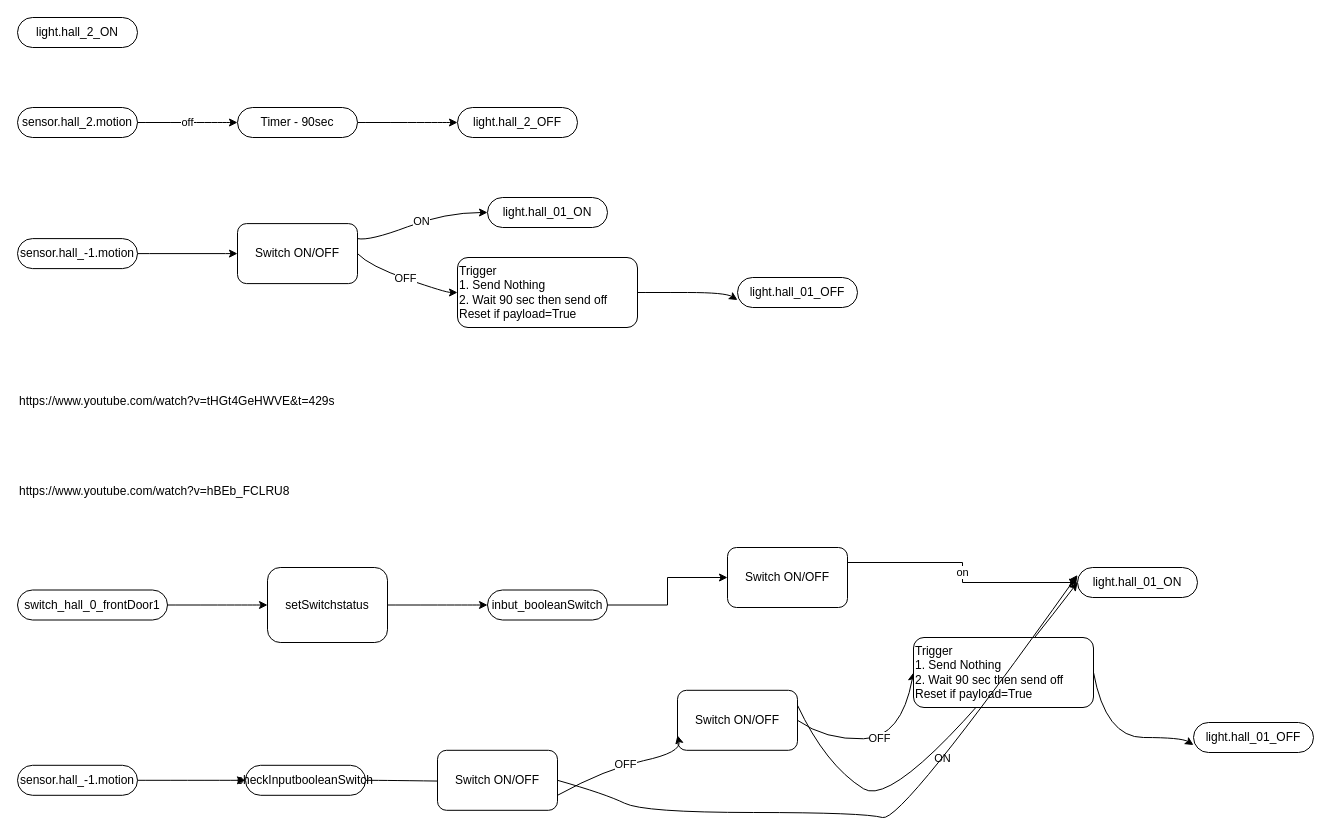
Above: page "light.hall_motion_current" (2 of 5) of logical_flows/NodeRED_flow.drawio in houdaerttim/dns-hass (draw.io), before the change. Source tidied: cells renumbered, new cells numbered last; positions are measured from the earlier drawing's top-left corner, leaving out a move shared by most shapes. Both pictures are drawn from the tidied source at 100%, with x=0, y=0 at pixel (17, 17).
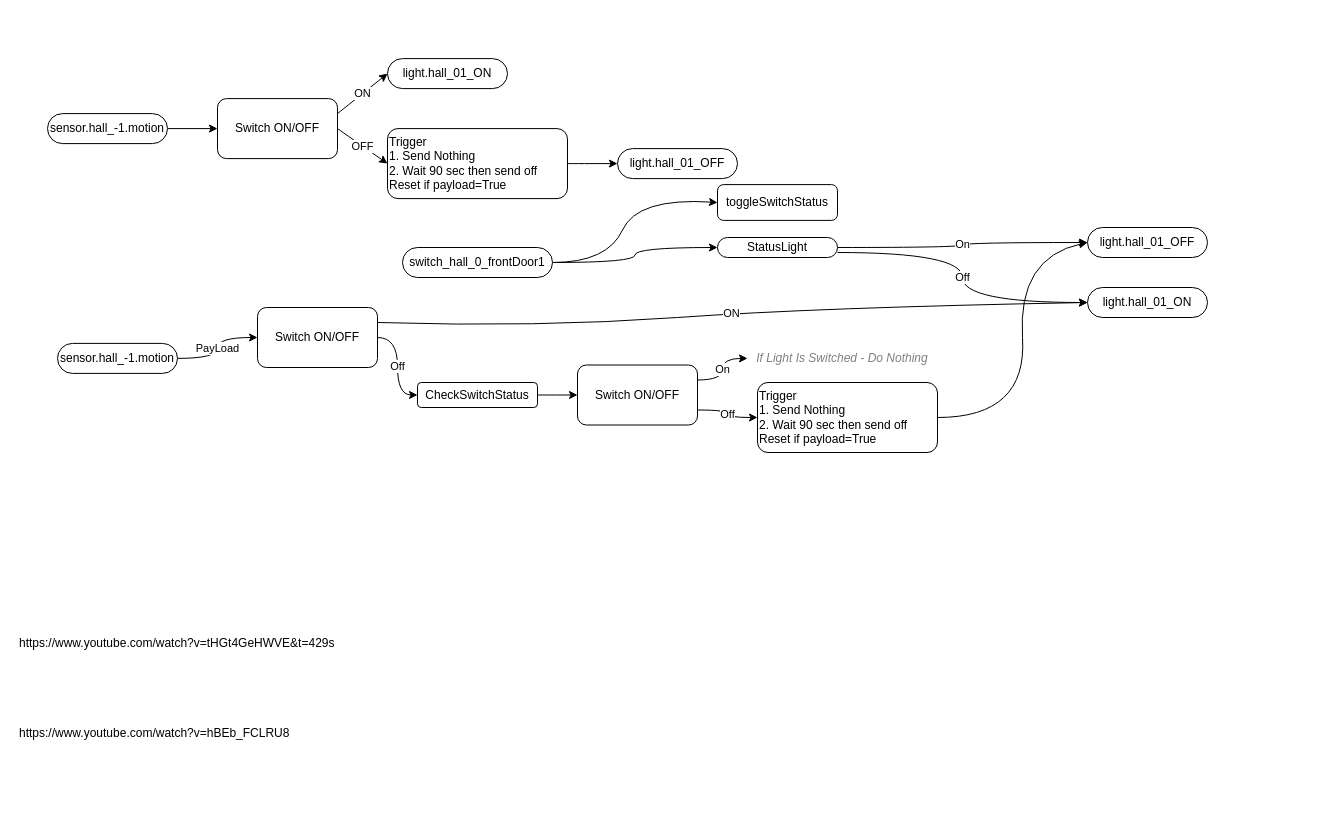
The same page after the edit.

What changed in the source:
```diff
@@
     <mxCell id="2" style="edgeStyle=orthogonalEdgeStyle;rounded=0;jettySize=auto;html=1;exitX=1;exitY=0.5;exitDx=0;exitDy=0;entryX=0;entryY=0.5;entryDx=0;entryDy=0;noEdgeStyle=1;orthogonal=1;" parent="1" edge="1" source="3" target="14">
-      <mxGeometry relative="1" as="geometry">
-        <Array as="points">
-          <mxPoint x="132" y="236.1" />
-          <mxPoint x="208" y="236.1" />
-        </Array>
-      </mxGeometry>
+      <mxGeometry relative="1" as="geometry" />
     </mxCell>
     <mxCell id="3" value="sensor.hall_-1.motion" style="rounded=1;whiteSpace=wrap;html=1;arcSize=50;" parent="1" vertex="1">
-      <mxGeometry y="221.1" width="120" height="30" as="geometry" />
+      <mxGeometry x="30" y="96.1" width="120" height="30" as="geometry" />
     </mxCell>
-    <mxCell id="4" value="sensor.hall_2.motion" style="rounded=1;whiteSpace=wrap;html=1;arcSize=50;" parent="1" vertex="1">
-      <mxGeometry y="90" width="120" height="30" as="geometry" />
-    </mxCell>
     <mxCell id="5" value="light.hall_01_ON" style="rounded=1;whiteSpace=wrap;html=1;arcSize=50;" parent="1" vertex="1">
-      <mxGeometry x="470" y="180" width="120" height="30" as="geometry" />
+      <mxGeometry x="370" y="41.1" width="120" height="30" as="geometry" />
     </mxCell>
     <mxCell id="6" value="light.hall_01_OFF" style="rounded=1;whiteSpace=wrap;html=1;arcSize=50;" parent="1" vertex="1">
-      <mxGeometry x="720" y="260" width="120" height="30" as="geometry" />
+      <mxGeometry x="600" y="131.1" width="120" height="30" as="geometry" />
     </mxCell>
-    <mxCell id="7" value="light.hall_2_ON" style="rounded=1;whiteSpace=wrap;html=1;arcSize=50;" parent="1" vertex="1">
-      <mxGeometry width="120" height="30" as="geometry" />
-    </mxCell>
-    <mxCell id="8" value="light.hall_2_OFF" style="rounded=1;whiteSpace=wrap;html=1;arcSize=50;" parent="1" vertex="1">
-      <mxGeometry x="440" y="90" width="120" height="30" as="geometry" />
-    </mxCell>
-    <mxCell id="9" value="off" style="edgeStyle=orthogonalEdgeStyle;curved=1;rounded=0;jettySize=auto;html=1;exitX=1;exitY=0.5;exitDx=0;exitDy=0;entryX=0;entryY=0.5;entryDx=0;entryDy=0;noEdgeStyle=1;orthogonal=1;" parent="1" edge="1" source="4" target="11">
-      <mxGeometry relative="1" as="geometry">
-        <Array as="points">
-          <mxPoint x="132" y="105" />
-          <mxPoint x="208" y="105" />
-        </Array>
-      </mxGeometry>
-    </mxCell>
-    <mxCell id="10" style="edgeStyle=orthogonalEdgeStyle;curved=1;rounded=0;jettySize=auto;html=1;exitX=1;exitY=0.5;exitDx=0;exitDy=0;entryX=0;entryY=0.5;entryDx=0;entryDy=0;noEdgeStyle=1;orthogonal=1;" parent="1" edge="1" source="11" target="8">
-      <mxGeometry relative="1" as="geometry">
-        <Array as="points">
-          <mxPoint x="352" y="105" />
-          <mxPoint x="428" y="105" />
-        </Array>
-      </mxGeometry>
-    </mxCell>
-    <mxCell id="11" value="Timer - 90sec" style="rounded=1;whiteSpace=wrap;html=1;arcSize=50;" parent="1" vertex="1">
-      <mxGeometry x="220" y="90" width="120" height="30" as="geometry" />
-    </mxCell>
     <mxCell id="12" value="ON" style="edgeStyle=orthogonalEdgeStyle;rounded=0;jettySize=auto;html=1;exitX=1;exitY=0.25;exitDx=0;exitDy=0;entryX=0;entryY=0.5;entryDx=0;entryDy=0;curved=1;noEdgeStyle=1;orthogonal=1;" parent="1" edge="1" source="14" target="5">
-      <mxGeometry relative="1" as="geometry">
-        <Array as="points">
-          <mxPoint x="352" y="223.6" />
-          <mxPoint x="428" y="195" />
-        </Array>
-      </mxGeometry>
+      <mxGeometry relative="1" as="geometry" />
     </mxCell>
     <mxCell id="13" value="OFF" style="edgeStyle=orthogonalEdgeStyle;rounded=0;jettySize=auto;html=1;exitX=1;exitY=0.5;exitDx=0;exitDy=0;entryX=0;entryY=0.5;entryDx=0;entryDy=0;curved=1;noEdgeStyle=1;orthogonal=1;" parent="1" edge="1" source="14" target="16">
-      <mxGeometry relative="1" as="geometry">
-        <Array as="points">
-          <mxPoint x="352" y="248.6" />
-          <mxPoint x="428" y="275" />
-        </Array>
-      </mxGeometry>
+      <mxGeometry relative="1" as="geometry" />
     </mxCell>
     <mxCell id="14" value="Switch ON/OFF" style="rounded=1;whiteSpace=wrap;html=1;" parent="1" vertex="1">
-      <mxGeometry x="220" y="206.1" width="120" height="60" as="geometry" />
+      <mxGeometry x="200" y="81.1" width="120" height="60" as="geometry" />
     </mxCell>
-    <mxCell id="15" style="edgeStyle=orthogonalEdgeStyle;rounded=0;jettySize=auto;html=1;exitX=1;exitY=0.5;exitDx=0;exitDy=0;entryX=0;entryY=0.75;entryDx=0;entryDy=0;curved=1;noEdgeStyle=1;orthogonal=1;" parent="1" edge="1" source="16" target="6">
-      <mxGeometry relative="1" as="geometry">
-        <Array as="points">
-          <mxPoint x="632" y="275" />
-          <mxPoint x="708" y="275" />
-        </Array>
-      </mxGeometry>
+    <mxCell id="15" style="edgeStyle=orthogonalEdgeStyle;rounded=0;jettySize=auto;html=1;exitX=1;exitY=0.5;exitDx=0;exitDy=0;entryX=0;entryY=0.5;entryDx=0;entryDy=0;curved=1;noEdgeStyle=1;orthogonal=1;" parent="1" edge="1" source="16" target="6">
+      <mxGeometry relative="1" as="geometry" />
     </mxCell>
     <mxCell id="16" value="Trigger&lt;br&gt;1. Send Nothing&lt;br&gt;2. Wait 90 sec then send off&lt;br&gt;Reset if payload=True" style="rounded=1;whiteSpace=wrap;html=1;align=left;" parent="1" vertex="1">
-      <mxGeometry x="440" y="240" width="180" height="70" as="geometry" />
+      <mxGeometry x="370" y="111.1" width="180" height="70" as="geometry" />
     </mxCell>
     <mxCell id="17" value="https://www.youtube.com/watch?v=tHGt4GeHWVE&amp;t=429s" style="text;whiteSpace=wrap;html=1;" parent="1" vertex="1">
-      <mxGeometry y="370" width="340" height="30" as="geometry" />
+      <mxGeometry y="612.2" width="340" height="30" as="geometry" />
     </mxCell>
     <mxCell id="18" value="https://www.youtube.com/watch?v=hBEb_FCLRU8" style="text;whiteSpace=wrap;html=1;" parent="1" vertex="1">
-      <mxGeometry y="460" width="300" height="30" as="geometry" />
+      <mxGeometry y="702.2" width="300" height="30" as="geometry" />
     </mxCell>
-    <mxCell id="19" style="edgeStyle=orthogonalEdgeStyle;curved=1;rounded=0;jettySize=auto;html=1;exitX=1;exitY=0.5;exitDx=0;exitDy=0;entryX=0;entryY=0.5;entryDx=0;entryDy=0;noEdgeStyle=1;orthogonal=1;" parent="1" edge="1" source="20" target="35">
-      <mxGeometry relative="1" as="geometry">
-        <Array as="points">
-          <mxPoint x="132" y="762.8" />
-          <mxPoint x="208" y="762.8" />
-        </Array>
-      </mxGeometry>
-    </mxCell>
+    <mxCell id="41" value="PayLoad" style="edgeStyle=orthogonalEdgeStyle;curved=1;rounded=0;jettySize=auto;html=1;exitX=1;exitY=0.5;exitDx=0;exitDy=0;entryX=0;entryY=0.5;entryDx=0;entryDy=0;" parent="1" edge="1" source="20" target="25">
+      <mxGeometry relative="1" as="geometry" />
+    </mxCell>
     <mxCell id="20" value="sensor.hall_-1.motion" style="rounded=1;whiteSpace=wrap;html=1;arcSize=50;" parent="1" vertex="1">
-      <mxGeometry y="747.8" width="120" height="30" as="geometry" />
+      <mxGeometry x="40" y="325.9" width="120" height="30" as="geometry" />
     </mxCell>
     <mxCell id="21" value="light.hall_01_ON" style="rounded=1;whiteSpace=wrap;html=1;arcSize=50;" parent="1" vertex="1">
-      <mxGeometry x="1060" y="550" width="120" height="30" as="geometry" />
+      <mxGeometry x="1070" y="270" width="120" height="30" as="geometry" />
     </mxCell>
     <mxCell id="22" value="light.hall_01_OFF" style="rounded=1;whiteSpace=wrap;html=1;arcSize=50;" parent="1" vertex="1">
-      <mxGeometry x="1176" y="705" width="120" height="30" as="geometry" />
+      <mxGeometry x="1070" y="210" width="120" height="30" as="geometry" />
     </mxCell>
     <mxCell id="23" value="ON" style="edgeStyle=orthogonalEdgeStyle;rounded=0;jettySize=auto;html=1;exitX=1;exitY=0.25;exitDx=0;exitDy=0;entryX=0;entryY=0.5;entryDx=0;entryDy=0;curved=1;noEdgeStyle=1;orthogonal=1;" parent="1" edge="1" source="25" target="21">
       <mxGeometry relative="1" as="geometry">
         <Array as="points">
-          <mxPoint x="808" y="747.5" />
-          <mxPoint x="884" y="795" />
+          <mxPoint x="520" y="310" />
+          <mxPoint x="800" y="290" />
         </Array>
       </mxGeometry>
     </mxCell>
-    <mxCell id="24" value="OFF" style="edgeStyle=orthogonalEdgeStyle;rounded=0;jettySize=auto;html=1;exitX=1;exitY=0.5;exitDx=0;exitDy=0;entryX=0;entryY=0.5;entryDx=0;entryDy=0;curved=1;noEdgeStyle=1;orthogonal=1;" parent="1" edge="1" source="25" target="27">
-      <mxGeometry relative="1" as="geometry">
-        <Array as="points">
-          <mxPoint x="808" y="722.5" />
-          <mxPoint x="884" y="720" />
-        </Array>
-      </mxGeometry>
-    </mxCell>
+    <mxCell id="42" value="Off" style="edgeStyle=orthogonalEdgeStyle;curved=1;rounded=0;jettySize=auto;html=1;exitX=1;exitY=0.5;exitDx=0;exitDy=0;entryX=0;entryY=0.5;entryDx=0;entryDy=0;" parent="1" edge="1" source="25" target="48">
+      <mxGeometry relative="1" as="geometry" />
+    </mxCell>
     <mxCell id="25" value="Switch ON/OFF" style="rounded=1;whiteSpace=wrap;html=1;" parent="1" vertex="1">
-      <mxGeometry x="660" y="672.8" width="120" height="60" as="geometry" />
+      <mxGeometry x="240" y="290" width="120" height="60" as="geometry" />
     </mxCell>
-    <mxCell id="26" style="edgeStyle=orthogonalEdgeStyle;rounded=0;jettySize=auto;html=1;exitX=1;exitY=0.5;exitDx=0;exitDy=0;entryX=0;entryY=0.75;entryDx=0;entryDy=0;curved=1;noEdgeStyle=1;orthogonal=1;" parent="1" edge="1" source="27" target="22">
+    <mxCell id="26" style="edgeStyle=orthogonalEdgeStyle;rounded=0;jettySize=auto;html=1;exitX=1;exitY=0.5;exitDx=0;exitDy=0;curved=1;noEdgeStyle=1;orthogonal=1;entryX=0;entryY=0.5;entryDx=0;entryDy=0;" parent="1" edge="1" source="27" target="22">
       <mxGeometry relative="1" as="geometry">
         <Array as="points">
-          <mxPoint x="1088" y="720" />
-          <mxPoint x="1164" y="720" />
+          <mxPoint x="1010" y="400" />
+          <mxPoint x="1000" y="240" />
         </Array>
       </mxGeometry>
     </mxCell>
     <mxCell id="27" value="Trigger&lt;br&gt;1. Send Nothing&lt;br&gt;2. Wait 90 sec then send off&lt;br&gt;Reset if payload=True" style="rounded=1;whiteSpace=wrap;html=1;align=left;" parent="1" vertex="1">
-      <mxGeometry x="896" y="620" width="180" height="70" as="geometry" />
+      <mxGeometry x="740" y="365" width="180" height="70" as="geometry" />
     </mxCell>
-    <mxCell id="28" style="edgeStyle=orthogonalEdgeStyle;rounded=0;jettySize=auto;html=1;entryX=0;entryY=0.5;entryDx=0;entryDy=0;" parent="1" edge="1" source="29" target="40">
-      <mxGeometry relative="1" as="geometry" />
-    </mxCell>
-    <mxCell id="29" value="inbut_booleanSwitch" style="rounded=1;whiteSpace=wrap;html=1;arcSize=50;" parent="1" vertex="1">
-      <mxGeometry x="470" y="572.5" width="120" height="30" as="geometry" />
-    </mxCell>
-    <mxCell id="30" style="edgeStyle=orthogonalEdgeStyle;curved=1;rounded=0;jettySize=auto;html=1;noEdgeStyle=1;orthogonal=1;" parent="1" edge="1" source="31" target="33">
+    <mxCell id="30" style="edgeStyle=orthogonalEdgeStyle;curved=1;rounded=0;jettySize=auto;html=1;noEdgeStyle=1;orthogonal=1;entryX=0;entryY=0.5;entryDx=0;entryDy=0;" parent="1" edge="1" source="31" target="33">
       <mxGeometry relative="1" as="geometry">
         <Array as="points">
-          <mxPoint x="162" y="587.5" />
-          <mxPoint x="238" y="587.5" />
+          <mxPoint x="590" y="245" />
+          <mxPoint x="620" y="180" />
         </Array>
       </mxGeometry>
     </mxCell>
+    <mxCell id="43" style="edgeStyle=orthogonalEdgeStyle;rounded=0;jettySize=auto;html=1;exitX=1;exitY=0.5;exitDx=0;exitDy=0;curved=1;" parent="1" edge="1" source="31" target="46">
+      <mxGeometry relative="1" as="geometry" />
+    </mxCell>
     <mxCell id="31" value="switch_hall_0_frontDoor1" style="rounded=1;whiteSpace=wrap;html=1;arcSize=50;" parent="1" vertex="1">
-      <mxGeometry y="572.5" width="150" height="30" as="geometry" />
+      <mxGeometry x="385" y="230" width="150" height="30" as="geometry" />
     </mxCell>
-    <mxCell id="32" style="edgeStyle=orthogonalEdgeStyle;curved=1;rounded=0;jettySize=auto;html=1;noEdgeStyle=1;orthogonal=1;" parent="1" edge="1" source="33" target="29">
-      <mxGeometry relative="1" as="geometry">
-        <Array as="points">
-          <mxPoint x="382" y="587.5" />
-          <mxPoint x="458" y="587.5" />
-        </Array>
-      </mxGeometry>
-    </mxCell>
-    <mxCell id="33" value="setSwitchstatus" style="whiteSpace=wrap;html=1;rounded=1;arcSize=17;" parent="1" vertex="1">
-      <mxGeometry x="250" y="550" width="120" height="75" as="geometry" />
+    <mxCell id="33" value="toggleSwitchStatus" style="whiteSpace=wrap;html=1;rounded=1;arcSize=17;" parent="1" vertex="1">
+      <mxGeometry x="700" y="167.1" width="120" height="35.8" as="geometry" />
     </mxCell>
-    <mxCell id="34" style="edgeStyle=orthogonalEdgeStyle;curved=1;rounded=0;jettySize=auto;html=1;noEdgeStyle=1;orthogonal=1;" parent="1" edge="1" source="35" target="38">
-      <mxGeometry relative="1" as="geometry">
-        <Array as="points">
-          <mxPoint x="368" y="762.8" />
-          <mxPoint x="444" y="763.9" />
-        </Array>
-      </mxGeometry>
-    </mxCell>
-    <mxCell id="35" value="checkInputbooleanSwitch" style="rounded=1;whiteSpace=wrap;html=1;arcSize=50;" parent="1" vertex="1">
-      <mxGeometry x="228" y="747.8" width="120" height="30" as="geometry" />
-    </mxCell>
-    <mxCell id="36" value="OFF" style="edgeStyle=orthogonalEdgeStyle;curved=1;rounded=0;jettySize=auto;html=1;exitX=1;exitY=0.75;exitDx=0;exitDy=0;entryX=0;entryY=0.75;entryDx=0;entryDy=0;noEdgeStyle=1;orthogonal=1;" parent="1" edge="1" source="38" target="25">
-      <mxGeometry relative="1" as="geometry">
-        <Array as="points">
-          <mxPoint x="588" y="751.4" />
-          <mxPoint x="664" y="735" />
-        </Array>
-      </mxGeometry>
-    </mxCell>
-    <mxCell id="37" style="edgeStyle=orthogonalEdgeStyle;curved=1;rounded=0;jettySize=auto;html=1;exitX=1;exitY=0.5;exitDx=0;exitDy=0;entryX=0;entryY=0.25;entryDx=0;entryDy=0;noEdgeStyle=1;orthogonal=1;" parent="1" edge="1" source="38" target="21">
-      <mxGeometry relative="1" as="geometry">
-        <Array as="points">
-          <mxPoint x="588" y="776.4" />
-          <mxPoint x="626" y="795" />
-          <mxPoint x="846" y="795" />
-          <mxPoint x="884" y="805" />
-        </Array>
-      </mxGeometry>
-    </mxCell>
-    <mxCell id="38" value="Switch ON/OFF" style="whiteSpace=wrap;html=1;rounded=1;arcSize=15;" parent="1" vertex="1">
-      <mxGeometry x="420" y="732.8" width="120" height="60" as="geometry" />
-    </mxCell>
-    <mxCell id="39" value="on" style="edgeStyle=orthogonalEdgeStyle;rounded=0;jettySize=auto;html=1;exitX=1;exitY=0.25;exitDx=0;exitDy=0;entryX=0;entryY=0.5;entryDx=0;entryDy=0;" parent="1" edge="1" source="40" target="21">
-      <mxGeometry relative="1" as="geometry" />
-    </mxCell>
-    <mxCell id="40" value="Switch ON/OFF" style="whiteSpace=wrap;html=1;rounded=1;arcSize=15;" parent="1" vertex="1">
-      <mxGeometry x="710" y="530" width="120" height="60" as="geometry" />
-    </mxCell>
+    <mxCell id="44" value="Off" style="edgeStyle=orthogonalEdgeStyle;rounded=0;jettySize=auto;html=1;exitX=1;exitY=0.75;exitDx=0;exitDy=0;entryX=0;entryY=0.5;entryDx=0;entryDy=0;curved=1;" parent="1" edge="1" source="46" target="21">
+      <mxGeometry relative="1" as="geometry" />
+    </mxCell>
+    <mxCell id="45" value="On" style="edgeStyle=orthogonalEdgeStyle;rounded=0;jettySize=auto;html=1;exitX=1;exitY=0.5;exitDx=0;exitDy=0;entryX=0;entryY=0.5;entryDx=0;entryDy=0;curved=1;" parent="1" edge="1" source="46" target="22">
+      <mxGeometry relative="1" as="geometry" />
+    </mxCell>
+    <mxCell id="46" value="StatusLight" style="rounded=1;whiteSpace=wrap;html=1;arcSize=50;" parent="1" vertex="1">
+      <mxGeometry x="700" y="220" width="120" height="20" as="geometry" />
+    </mxCell>
+    <mxCell id="47" style="edgeStyle=orthogonalEdgeStyle;curved=1;rounded=0;jettySize=auto;html=1;exitX=1;exitY=0.5;exitDx=0;exitDy=0;entryX=0;entryY=0.5;entryDx=0;entryDy=0;" parent="1" edge="1" source="48" target="51">
+      <mxGeometry relative="1" as="geometry" />
+    </mxCell>
+    <mxCell id="48" value="CheckSwitchStatus" style="rounded=1;whiteSpace=wrap;html=1;" parent="1" vertex="1">
+      <mxGeometry x="400" y="365" width="120" height="25" as="geometry" />
+    </mxCell>
+    <mxCell id="49" value="Off" style="edgeStyle=orthogonalEdgeStyle;curved=1;rounded=0;jettySize=auto;html=1;exitX=1;exitY=0.75;exitDx=0;exitDy=0;entryX=0;entryY=0.5;entryDx=0;entryDy=0;" parent="1" edge="1" source="51" target="27">
+      <mxGeometry relative="1" as="geometry" />
+    </mxCell>
+    <mxCell id="50" value="On" style="edgeStyle=orthogonalEdgeStyle;curved=1;rounded=0;jettySize=auto;html=1;exitX=1;exitY=0.25;exitDx=0;exitDy=0;" parent="1" edge="1" source="51" target="52">
+      <mxGeometry relative="1" as="geometry" />
+    </mxCell>
+    <mxCell id="51" value="Switch ON/OFF" style="rounded=1;whiteSpace=wrap;html=1;" parent="1" vertex="1">
+      <mxGeometry x="560" y="347.5" width="120" height="60" as="geometry" />
+    </mxCell>
+    <mxCell id="52" value="If Light Is Switched - Do Nothing" style="text;html=1;strokeColor=none;fillColor=none;align=center;verticalAlign=middle;whiteSpace=wrap;rounded=0;fontStyle=2;fontColor=#808080;" parent="1" vertex="1">
+      <mxGeometry x="730" y="325.9" width="190" height="30" as="geometry" />
+    </mxCell>
```
